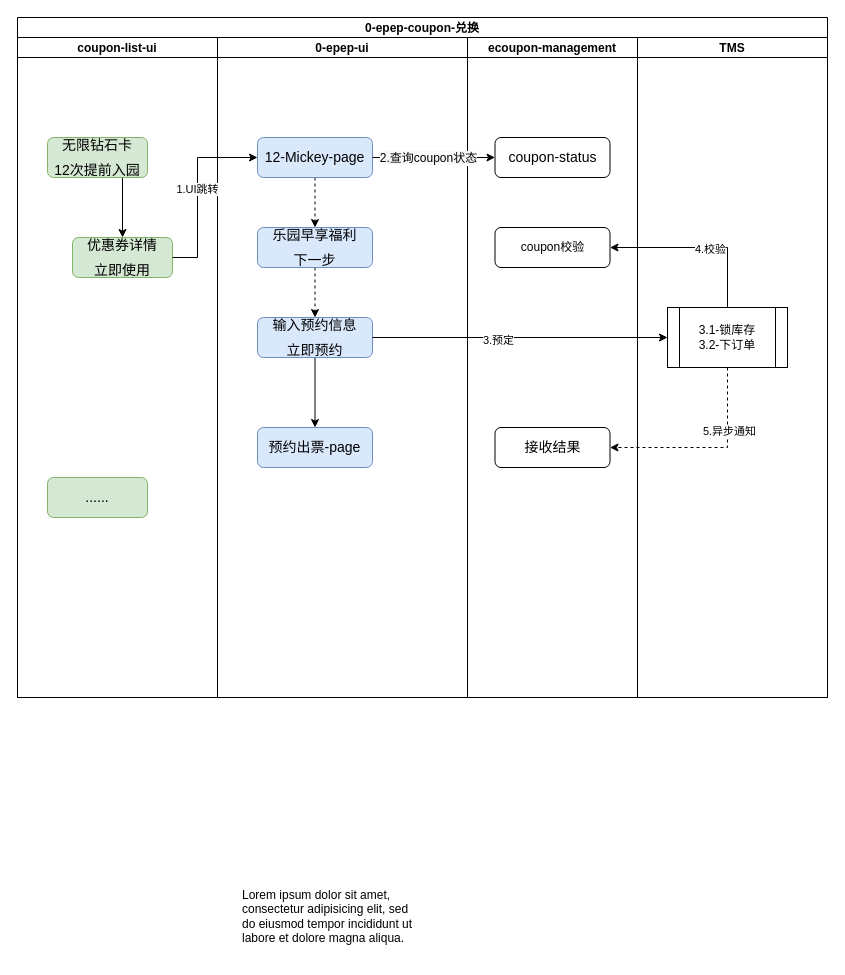
Above: disney/0-epep-coupon.drawio in lixyu/draw (draw.io), before the change. Source tidied: cells renumbered, new cells numbered last; positions are measured from the earlier drawing's top-left corner, leaving out a move shared by most shapes. Both pictures are drawn from the tidied source at 100%, with x=0, y=0 at pixel (17, 17).
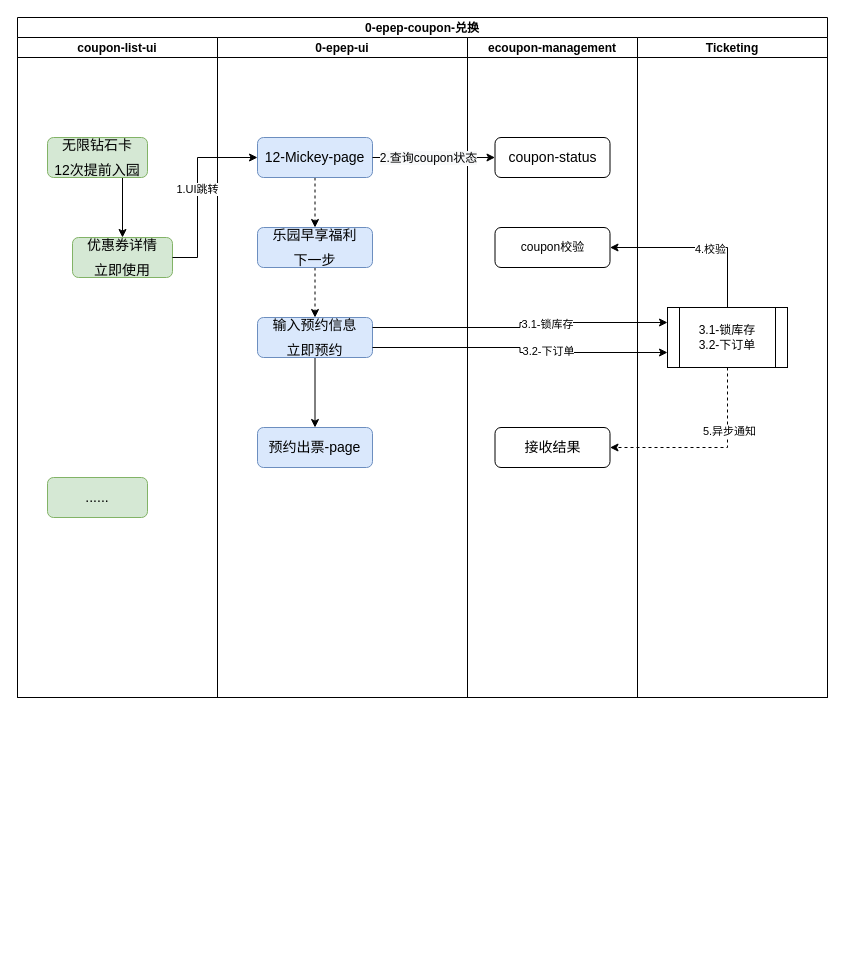
After the change.

The change refers to these unchanged cells:
```xml
<mxCell id="2" value="0-epep-coupon-兑换" style="swimlane;startSize=20;" parent="1" vertex="1">
  <mxGeometry width="810" height="680" as="geometry" />
</mxCell>
<mxCell id="14" value="&lt;div style=&quot;line-height: 1.75 ; font-size: 14px&quot;&gt;输入预约信息&lt;/div&gt;&lt;div style=&quot;line-height: 1.75 ; font-size: 14px&quot;&gt;立即预约&lt;/div&gt;" style="rounded=1;whiteSpace=wrap;html=1;align=center;fillColor=#dae8fc;strokeColor=#6c8ebf;" parent="8" vertex="1">
  <mxGeometry x="40" y="280" width="115" height="40" as="geometry" />
</mxCell>
<mxCell id="21" value="3.1-锁库存&lt;br&gt;3.2-下订单" style="shape=process;whiteSpace=wrap;html=1;backgroundOutline=1;" parent="20" vertex="1">
  <mxGeometry x="30" y="270" width="120" height="60" as="geometry" />
</mxCell>
```

Diff of the diagram source:
```diff
@@
-    <mxCell id="20" value="TMS" style="swimlane;startSize=20;" parent="2" vertex="1">
+    <mxCell id="20" value="Ticketing" style="swimlane;startSize=20;" parent="2" vertex="1">
       <mxGeometry x="620" y="20" width="190" height="660" as="geometry" />
     </mxCell>
@@
-    <mxCell id="25" style="edgeStyle=orthogonalEdgeStyle;rounded=0;jettySize=auto;html=1;exitX=1;exitY=0.5;exitDx=0;exitDy=0;entryX=0;entryY=0.5;entryDx=0;entryDy=0;" parent="2" edge="1" source="14" target="21">
-      <mxGeometry relative="1" as="geometry" />
-    </mxCell>
-    <mxCell id="26" value="3.预定" style="edgeLabel;html=1;align=center;verticalAlign=middle;" parent="25" vertex="1">
-      <mxGeometry x="-0.15" y="-2" relative="1" as="geometry" />
-    </mxCell>
@@
-    <mxCell id="31" value="&lt;h1&gt;&lt;br&gt;&lt;/h1&gt;&lt;p&gt;Lorem ipsum dolor sit amet, consectetur adipisicing elit, sed do eiusmod tempor incididunt ut labore et dolore magna aliqua.&lt;/p&gt;" style="text;html=1;strokeColor=none;fillColor=none;spacing=5;spacingTop=-20;whiteSpace=wrap;overflow=hidden;rounded=0;" parent="1" vertex="1">
-      <mxGeometry x="220" y="820" width="190" height="120" as="geometry" />
-    </mxCell>
+    <mxCell id="32" style="edgeStyle=orthogonalEdgeStyle;rounded=0;jettySize=auto;html=1;exitX=1;exitY=0.25;exitDx=0;exitDy=0;entryX=0;entryY=0.25;entryDx=0;entryDy=0;" parent="2" edge="1" source="14" target="21">
+      <mxGeometry relative="1" as="geometry" />
+    </mxCell>
+    <mxCell id="33" value="3.1-锁库存" style="edgeLabel;html=1;align=center;verticalAlign=middle;" parent="32" vertex="1">
+      <mxGeometry x="0.19" y="-1" relative="1" as="geometry" />
+    </mxCell>
+    <mxCell id="34" style="edgeStyle=orthogonalEdgeStyle;rounded=0;jettySize=auto;html=1;exitX=1;exitY=0.75;exitDx=0;exitDy=0;entryX=0;entryY=0.75;entryDx=0;entryDy=0;" parent="2" edge="1" source="14" target="21">
+      <mxGeometry relative="1" as="geometry" />
+    </mxCell>
+    <mxCell id="35" value="3.2-下订单" style="edgeLabel;html=1;align=center;verticalAlign=middle;" parent="34" vertex="1">
+      <mxGeometry x="0.14" y="2" relative="1" as="geometry">
+        <mxPoint x="9" as="offset" />
+      </mxGeometry>
+    </mxCell>
```
